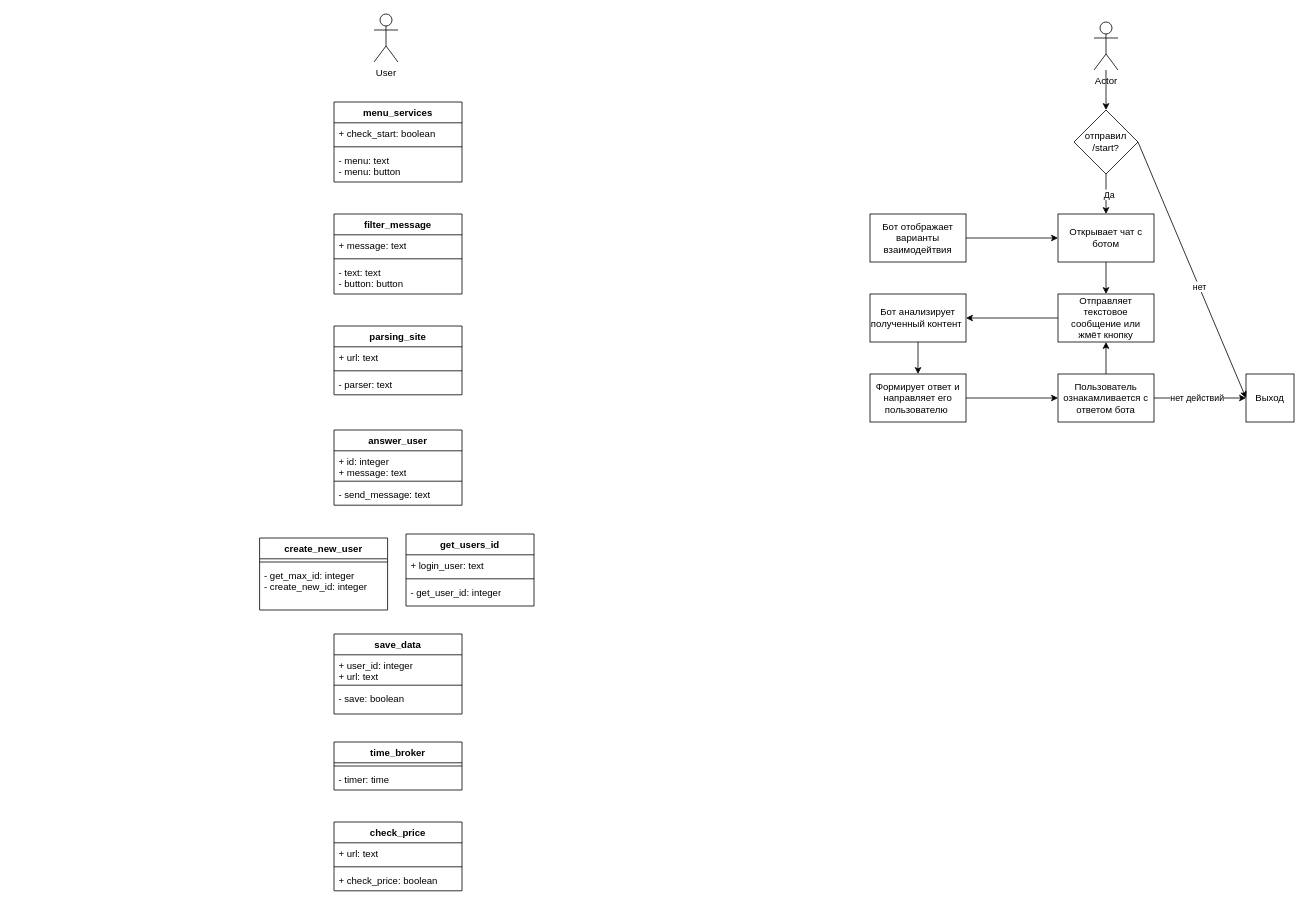
The draw.io diagram UML_Telegram_001.drawio in Arnoldig/Coursemc_final_work, before the edit. Source tidied: cells renumbered, new cells numbered last; positions are measured from the earlier drawing's top-left corner, leaving out a move shared by most shapes. Both pictures are drawn from the tidied source at 80%, with x=0, y=0 at pixel (259, 14).
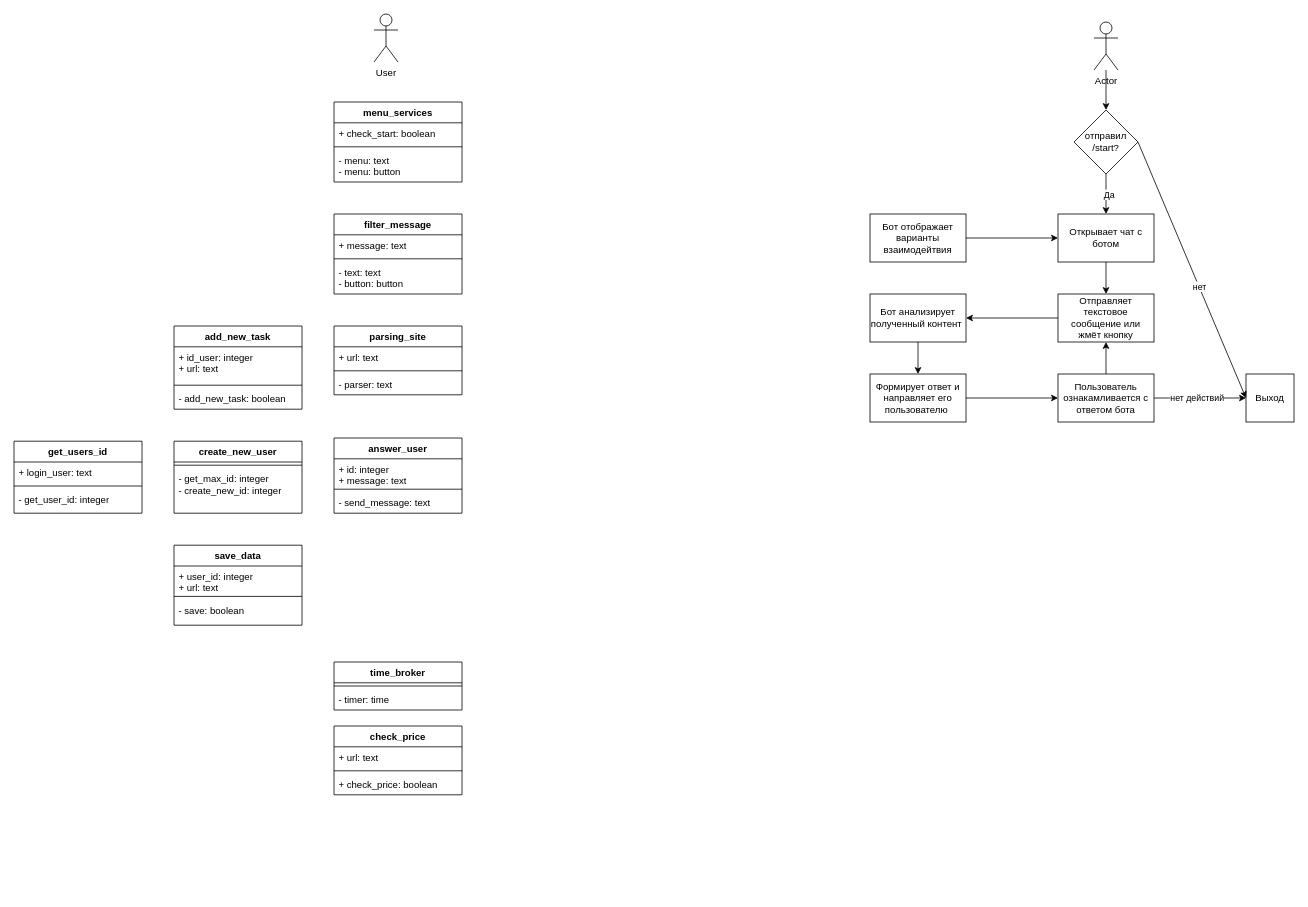
The same diagram, later.

Commit message:
Добавлен блок для приёма новой задачи.drawio

Change to the diagram source:
```diff
@@
     <mxCell id="37" value="save_data" style="swimlane;fontStyle=1;align=center;verticalAlign=top;horizontal=1;startSize=26;whiteSpace=wrap;html=1;" parent="1" vertex="1">
-      <mxGeometry x="93" y="775" width="160" height="100" as="geometry" />
+      <mxGeometry x="-107" y="664" width="160" height="100" as="geometry" />
     </mxCell>
@@
     <mxCell id="41" value="create_new_user" style="swimlane;fontStyle=1;align=center;verticalAlign=top;horizontal=1;startSize=26;whiteSpace=wrap;html=1;" parent="1" vertex="1">
-      <mxGeometry y="655" width="160" height="90" as="geometry" />
+      <mxGeometry x="-107" y="534" width="160" height="90" as="geometry" />
     </mxCell>
@@
     <mxCell id="44" value="get_users_id" style="swimlane;fontStyle=1;align=center;verticalAlign=top;horizontal=1;startSize=26;whiteSpace=wrap;html=1;" parent="1" vertex="1">
-      <mxGeometry x="183" y="650" width="160" height="90" as="geometry" />
+      <mxGeometry x="-307" y="534" width="160" height="90" as="geometry" />
     </mxCell>
@@
     <mxCell id="48" value="check_price" style="swimlane;fontStyle=1;align=center;verticalAlign=top;horizontal=1;startSize=26;whiteSpace=wrap;html=1;" parent="1" vertex="1">
-      <mxGeometry x="93" y="1010" width="160" height="86" as="geometry" />
+      <mxGeometry x="93" y="890" width="160" height="86" as="geometry" />
     </mxCell>
@@
     <mxCell id="52" value="answer_user" style="swimlane;fontStyle=1;align=center;verticalAlign=top;horizontal=1;startSize=26;whiteSpace=wrap;html=1;" parent="1" vertex="1">
-      <mxGeometry x="93" y="520" width="160" height="94" as="geometry" />
+      <mxGeometry x="93" y="530" width="160" height="94" as="geometry" />
     </mxCell>
@@
     <mxCell id="56" value="time_broker" style="swimlane;fontStyle=1;align=center;verticalAlign=top;horizontal=1;startSize=26;whiteSpace=wrap;html=1;" parent="1" vertex="1">
-      <mxGeometry x="93" y="910" width="160" height="60" as="geometry" />
+      <mxGeometry x="93" y="810" width="160" height="60" as="geometry" />
     </mxCell>
@@
+    <mxCell id="59" value="add_new_task" style="swimlane;fontStyle=1;align=center;verticalAlign=top;horizontal=1;startSize=26;whiteSpace=wrap;html=1;" parent="1" vertex="1">
+      <mxGeometry x="-107" y="390" width="160" height="104" as="geometry" />
+    </mxCell>
+    <mxCell id="60" value="+ id_user: integer&lt;br&gt;+ url: text" style="text;strokeColor=none;fillColor=none;align=left;verticalAlign=top;spacingLeft=4;spacingRight=4;overflow=hidden;whiteSpace=wrap;html=1;" parent="59" vertex="1">
+      <mxGeometry y="26" width="160" height="44" as="geometry" />
+    </mxCell>
+    <mxCell id="61" style="line;strokeWidth=1;fillColor=none;align=left;verticalAlign=middle;spacingTop=-1;spacingLeft=3;spacingRight=3;labelPosition=right;strokeColor=inherit;" parent="59" vertex="1">
+      <mxGeometry y="70" width="160" height="8" as="geometry" />
+    </mxCell>
+    <mxCell id="62" value="- add_new_task: boolean" style="text;strokeColor=none;fillColor=none;align=left;verticalAlign=top;spacingLeft=4;spacingRight=4;overflow=hidden;whiteSpace=wrap;html=1;" parent="59" vertex="1">
+      <mxGeometry y="78" width="160" height="26" as="geometry" />
+    </mxCell>
```
